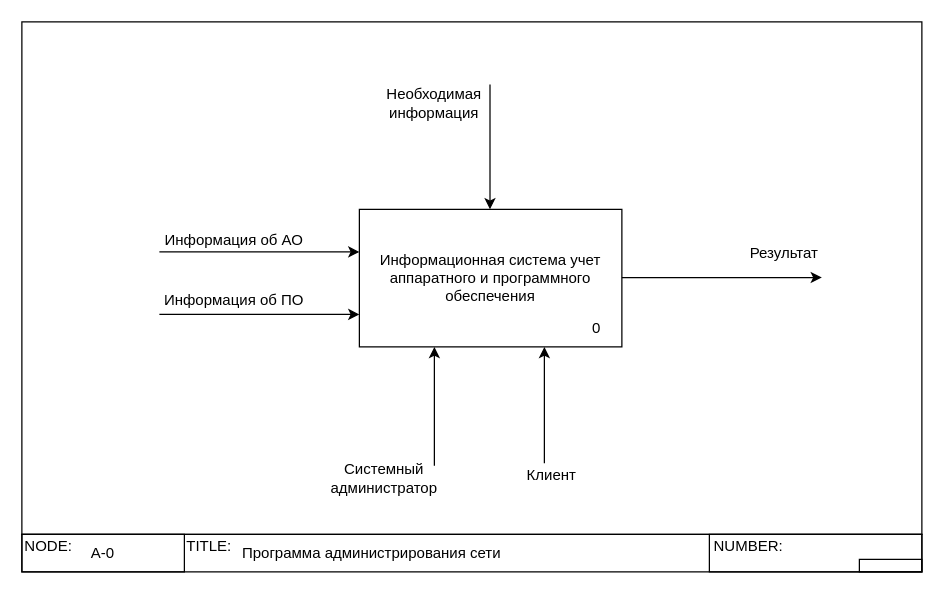
Before: Контекстная диаграмма "Диаграмма ИС учета аппаратного и программного обеспечения".drawio in OhotnikovV/AvIS, a draw.io diagram. Source tidied: cells renumbered, new cells numbered last; positions are measured from the earlier drawing's top-left corner, leaving out a move shared by most shapes. Both pictures are drawn from the tidied source at 125%, with x=0, y=0 at pixel (21, 21).
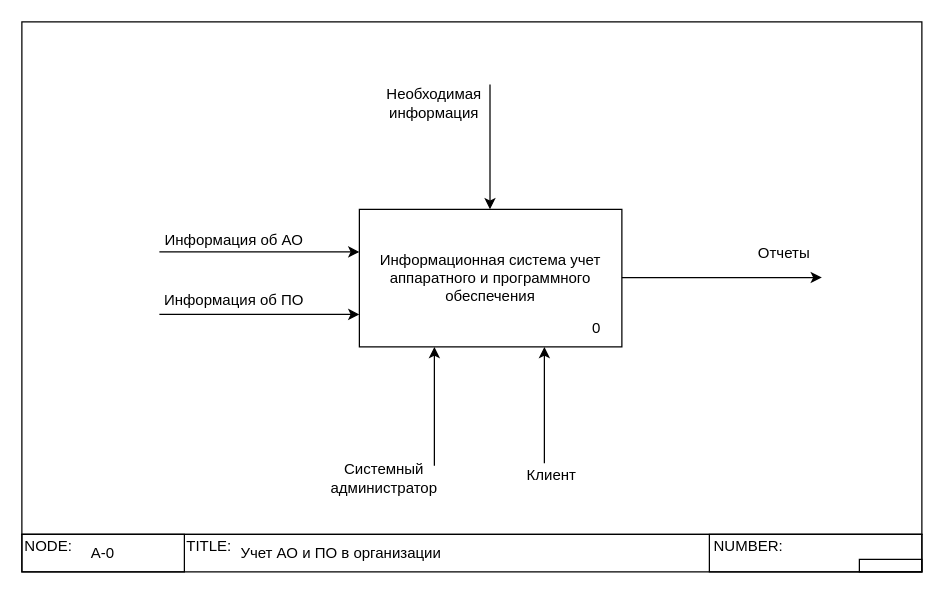
After the change.

Diff of the diagram source:
```diff
@@
-    <mxCell id="9" value="Результат" style="text;html=1;strokeColor=none;fillColor=none;align=center;verticalAlign=middle;whiteSpace=wrap;rounded=0;" parent="1" vertex="1">
+    <mxCell id="9" value="Отчеты" style="text;html=1;strokeColor=none;fillColor=none;align=center;verticalAlign=middle;whiteSpace=wrap;rounded=0;" parent="1" vertex="1">
       <mxGeometry x="590" y="175" width="40" height="20" as="geometry" />
     </mxCell>
@@
-    <mxCell id="22" value="Программа администрирования сети" style="text;html=1;strokeColor=none;fillColor=none;align=center;verticalAlign=middle;whiteSpace=wrap;rounded=0;shadow=0;" parent="1" vertex="1">
-      <mxGeometry x="170" y="415" width="220" height="20" as="geometry" />
+    <mxCell id="22" value="Учет АО и ПО в организации" style="text;html=1;strokeColor=none;fillColor=none;align=center;verticalAlign=middle;whiteSpace=wrap;rounded=0;shadow=0;" parent="1" vertex="1">
+      <mxGeometry x="170" y="415" width="171" height="20" as="geometry" />
     </mxCell>
```
